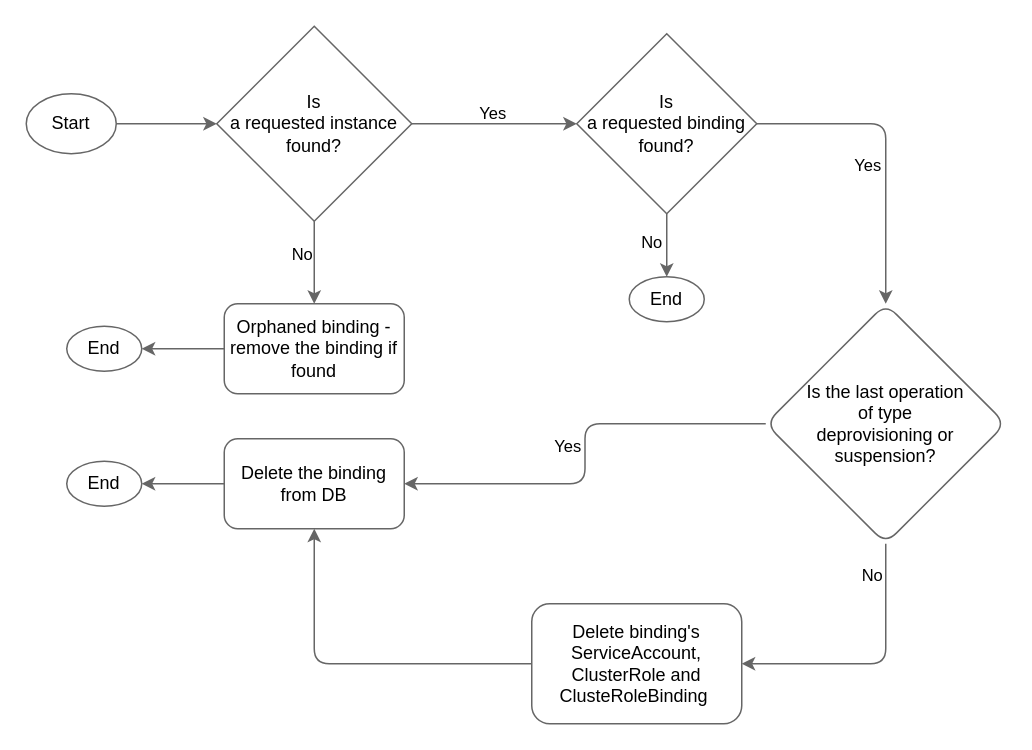
kyma-project/kyma-environment-broker keeps this draw.io diagram as docs/assets/bindings-delete-flow.drawio. Above is the earlier version. Source tidied: cells renumbered, new cells numbered last; positions are measured from the earlier drawing's top-left corner, leaving out a move shared by most shapes. Both pictures are drawn from the tidied source at 150%, with x=0, y=0 at pixel (26, 26).
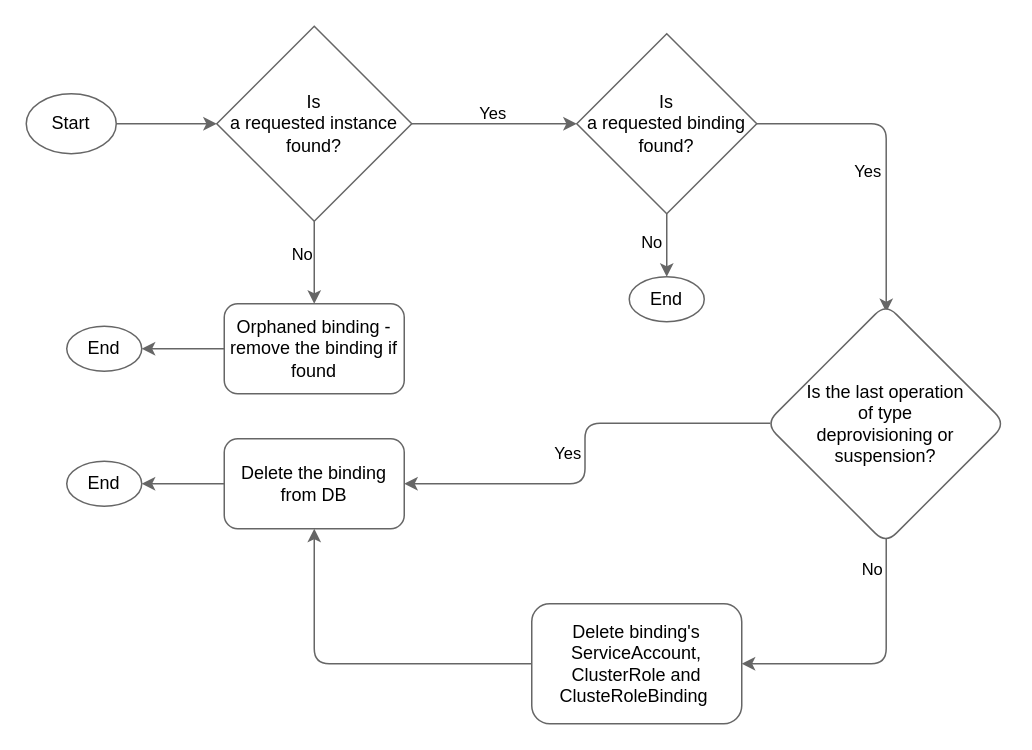
The same diagram, later.

Commit message (it also covers changes not shown here):
Corrected Edge Spaces

The change refers to these unchanged cells:
```xml
<mxCell id="13" value="Is&lt;br&gt;a requested binding found?" style="rhombus;whiteSpace=wrap;html=1;fillColor=#ffffff;fontColor=#000000;strokeColor=#666666;" parent="1" vertex="1">
  <mxGeometry x="367" y="5" width="120" height="120" as="geometry" />
</mxCell>
<mxCell id="18" value="Is the last operation &lt;br&gt;of type&lt;br&gt;deprovisioning or suspension?" style="rhombus;whiteSpace=wrap;html=1;fillColor=#ffffff;fontColor=#000000;strokeColor=#666666;rounded=1;" parent="1" vertex="1">
  <mxGeometry x="493" y="185" width="160" height="160" as="geometry" />
</mxCell>
<mxCell id="20" value="Delete the binding from DB" style="whiteSpace=wrap;html=1;fillColor=#ffffff;fontColor=#000000;strokeColor=#666666;rounded=1;" parent="1" vertex="1">
  <mxGeometry x="132" y="275" width="120" height="60" as="geometry" />
</mxCell>
<mxCell id="22" value="Delete binding's ServiceAccount, ClusterRole and ClusteRoleBinding&amp;nbsp;" style="whiteSpace=wrap;html=1;fillColor=#ffffff;fontColor=#000000;strokeColor=#666666;rounded=1;" parent="1" vertex="1">
  <mxGeometry x="337" y="385" width="140" height="80" as="geometry" />
</mxCell>
```

Change to the diagram source:
```diff
@@
-    <mxCell id="12" value="Yes" style="edgeStyle=orthogonalEdgeStyle;rounded=1;jettySize=auto;html=1;curved=0;strokeColor=#666666;labelBackgroundColor=none;fontColor=#000000;" parent="1" edge="1" source="13" target="18">
+    <mxCell id="12" value="Yes" style="edgeStyle=orthogonalEdgeStyle;rounded=1;jettySize=auto;html=1;curved=0;strokeColor=#666666;labelBackgroundColor=none;fontColor=#000000;entryX=0.502;entryY=0.035;entryDx=0;entryDy=0;entryPerimeter=0;" parent="1" edge="1" source="13" target="18">
       <mxGeometry x="0.11" y="-12" relative="1" as="geometry" />
     </mxCell>
@@
-    <mxCell id="15" value="Yes" style="edgeStyle=orthogonalEdgeStyle;rounded=1;jettySize=auto;html=1;curved=0;strokeColor=#666666;fontColor=#000000;labelBackgroundColor=none;" parent="1" edge="1" source="18" target="20">
-      <mxGeometry x="-0.04" y="-12" relative="1" as="geometry" />
+    <mxCell id="15" value="Yes" style="edgeStyle=orthogonalEdgeStyle;rounded=1;jettySize=auto;html=1;curved=0;strokeColor=#666666;fontColor=#000000;labelBackgroundColor=none;exitX=0.019;exitY=0.498;exitDx=0;exitDy=0;exitPerimeter=0;" parent="1" edge="1" source="18" target="20">
+      <mxGeometry x="0.01" y="-12" relative="1" as="geometry" />
     </mxCell>
-    <mxCell id="16" style="edgeStyle=orthogonalEdgeStyle;rounded=1;jettySize=auto;html=1;entryX=1;entryY=0.5;entryDx=0;entryDy=0;curved=0;strokeColor=#666666;fontColor=#000000;labelBackgroundColor=none;exitX=0.5;exitY=1;exitDx=0;exitDy=0;" parent="1" edge="1" source="18" target="22">
+    <mxCell id="16" style="edgeStyle=orthogonalEdgeStyle;rounded=1;jettySize=auto;html=1;entryX=1;entryY=0.5;entryDx=0;entryDy=0;curved=0;strokeColor=#666666;fontColor=#000000;labelBackgroundColor=none;exitX=0.502;exitY=0.973;exitDx=0;exitDy=0;exitPerimeter=0;" parent="1" edge="1" source="18" target="22">
       <mxGeometry relative="1" as="geometry">
         <Array as="points">
           <mxPoint x="573" y="425" />
         </Array>
       </mxGeometry>
     </mxCell>
```
